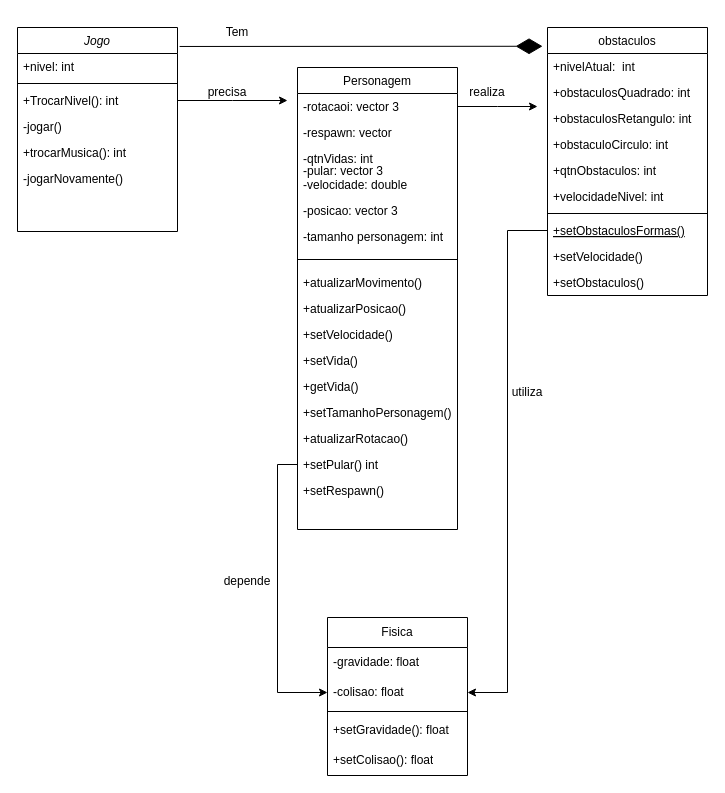
The draw.io diagram Diagrama Unity.drawio in KalCastro/Game_Deep, before the edit. Source tidied: cells renumbered, new cells numbered last; positions are measured from the earlier drawing's top-left corner, leaving out a move shared by most shapes. Both pictures are drawn from the tidied source at 100%, with x=0, y=0 at pixel (17, 17).
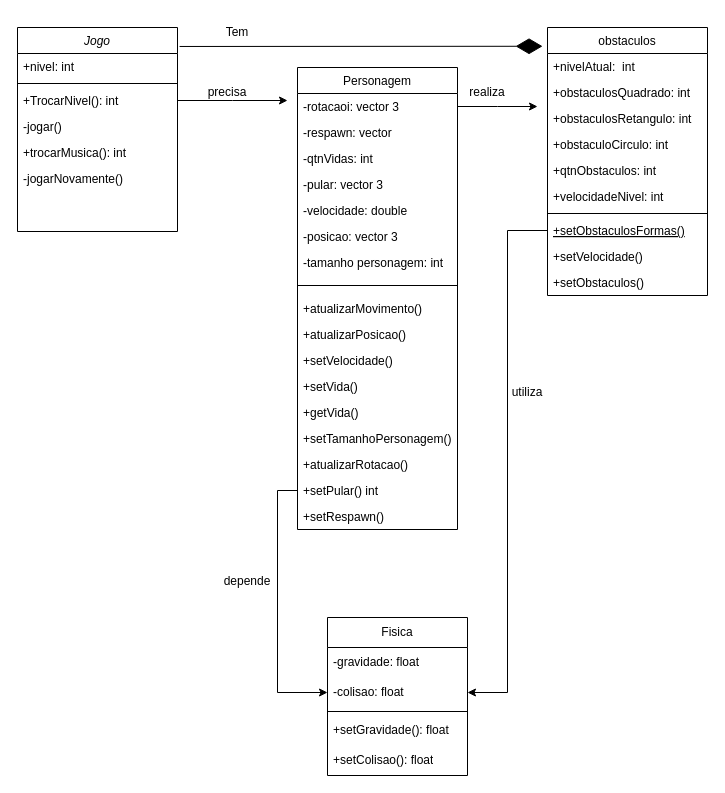
The same diagram, later.

Unchanged cells that the change refers to:
```xml
<mxCell id="21" value="Personagem" style="swimlane;fontStyle=0;align=center;verticalAlign=top;horizontal=1;startSize=26;rounded=0;shadow=0;strokeWidth=1;" parent="1" vertex="1">
  <mxGeometry x="280" y="50" width="160" height="462" as="geometry" />
</mxCell>
```

Change to the diagram source:
```diff
@@
+    <mxCell id="45" value="-pular: vector 3" style="text;align=left;verticalAlign=top;spacingLeft=4;spacingRight=4;overflow=hidden;rounded=0;shadow=0;html=0;" parent="21" vertex="1">
+      <mxGeometry y="104" width="160" height="26" as="geometry" />
+    </mxCell>
     <mxCell id="26" value="-velocidade: double" style="text;align=left;verticalAlign=top;spacingLeft=4;spacingRight=4;overflow=hidden;rounded=0;shadow=0;html=0;" parent="21" vertex="1">
-      <mxGeometry y="104" width="160" height="26" as="geometry" />
+      <mxGeometry y="130" width="160" height="26" as="geometry" />
     </mxCell>
     <mxCell id="27" value="-posicao: vector 3" style="text;align=left;verticalAlign=top;spacingLeft=4;spacingRight=4;overflow=hidden;rounded=0;shadow=0;html=0;" parent="21" vertex="1">
-      <mxGeometry y="130" width="160" height="26" as="geometry" />
+      <mxGeometry y="156" width="160" height="26" as="geometry" />
     </mxCell>
     <mxCell id="28" value="-tamanho personagem: int" style="text;align=left;verticalAlign=top;spacingLeft=4;spacingRight=4;overflow=hidden;rounded=0;shadow=0;html=0;" parent="21" vertex="1">
-      <mxGeometry y="156" width="160" height="26" as="geometry" />
+      <mxGeometry y="182" width="160" height="26" as="geometry" />
     </mxCell>
     <mxCell id="29" style="line;html=1;strokeWidth=1;align=left;verticalAlign=middle;spacingTop=-1;spacingLeft=3;spacingRight=3;labelPosition=right;" parent="21" vertex="1">
-      <mxGeometry y="182" width="160" height="20" as="geometry" />
+      <mxGeometry y="208" width="160" height="20" as="geometry" />
     </mxCell>
     <mxCell id="30" value="+atualizarMovimento()" style="text;align=left;verticalAlign=top;spacingLeft=4;spacingRight=4;overflow=hidden;" parent="21" vertex="1">
-      <mxGeometry y="202" width="160" height="26" as="geometry" />
+      <mxGeometry y="228" width="160" height="26" as="geometry" />
     </mxCell>
     <mxCell id="31" value="+atualizarPosicao()" style="text;align=left;verticalAlign=top;spacingLeft=4;spacingRight=4;overflow=hidden;" parent="21" vertex="1">
-      <mxGeometry y="228" width="160" height="26" as="geometry" />
+      <mxGeometry y="254" width="160" height="26" as="geometry" />
     </mxCell>
     <mxCell id="32" value="+setVelocidade()" style="text;align=left;verticalAlign=top;spacingLeft=4;spacingRight=4;overflow=hidden;" parent="21" vertex="1">
-      <mxGeometry y="254" width="160" height="26" as="geometry" />
+      <mxGeometry y="280" width="160" height="26" as="geometry" />
     </mxCell>
     <mxCell id="33" value="+setVida()" style="text;align=left;verticalAlign=top;spacingLeft=4;spacingRight=4;overflow=hidden;" parent="21" vertex="1">
-      <mxGeometry y="280" width="160" height="26" as="geometry" />
+      <mxGeometry y="306" width="160" height="26" as="geometry" />
     </mxCell>
     <mxCell id="34" value="+getVida()" style="text;align=left;verticalAlign=top;spacingLeft=4;spacingRight=4;overflow=hidden;" parent="21" vertex="1">
-      <mxGeometry y="306" width="160" height="26" as="geometry" />
+      <mxGeometry y="332" width="160" height="26" as="geometry" />
     </mxCell>
     <mxCell id="35" value="+setTamanhoPersonagem()" style="text;align=left;verticalAlign=top;spacingLeft=4;spacingRight=4;overflow=hidden;" parent="21" vertex="1">
-      <mxGeometry y="332" width="160" height="26" as="geometry" />
+      <mxGeometry y="358" width="160" height="26" as="geometry" />
     </mxCell>
     <mxCell id="36" value="+atualizarRotacao()" style="text;align=left;verticalAlign=top;spacingLeft=4;spacingRight=4;overflow=hidden;" parent="21" vertex="1">
-      <mxGeometry y="358" width="160" height="26" as="geometry" />
+      <mxGeometry y="384" width="160" height="26" as="geometry" />
     </mxCell>
     <mxCell id="37" value="+setPular() int" style="text;align=left;verticalAlign=top;spacingLeft=4;spacingRight=4;overflow=hidden;points=[[0,0.5],[1,0.5]];portConstraint=eastwest;" parent="21" vertex="1">
-      <mxGeometry y="384" width="160" height="26" as="geometry" />
+      <mxGeometry y="410" width="160" height="26" as="geometry" />
     </mxCell>
     <mxCell id="38" value="+setRespawn()" style="text;align=left;verticalAlign=top;spacingLeft=4;spacingRight=4;overflow=hidden;" parent="21" vertex="1">
-      <mxGeometry y="410" width="160" height="26" as="geometry" />
+      <mxGeometry y="436" width="160" height="26" as="geometry" />
     </mxCell>
@@
-    <mxCell id="45" value="-pular: vector 3" style="text;align=left;verticalAlign=top;spacingLeft=4;spacingRight=4;overflow=hidden;rounded=0;shadow=0;html=0;" parent="1" vertex="1">
-      <mxGeometry x="280" y="140" width="160" height="26" as="geometry" />
-    </mxCell>
```
